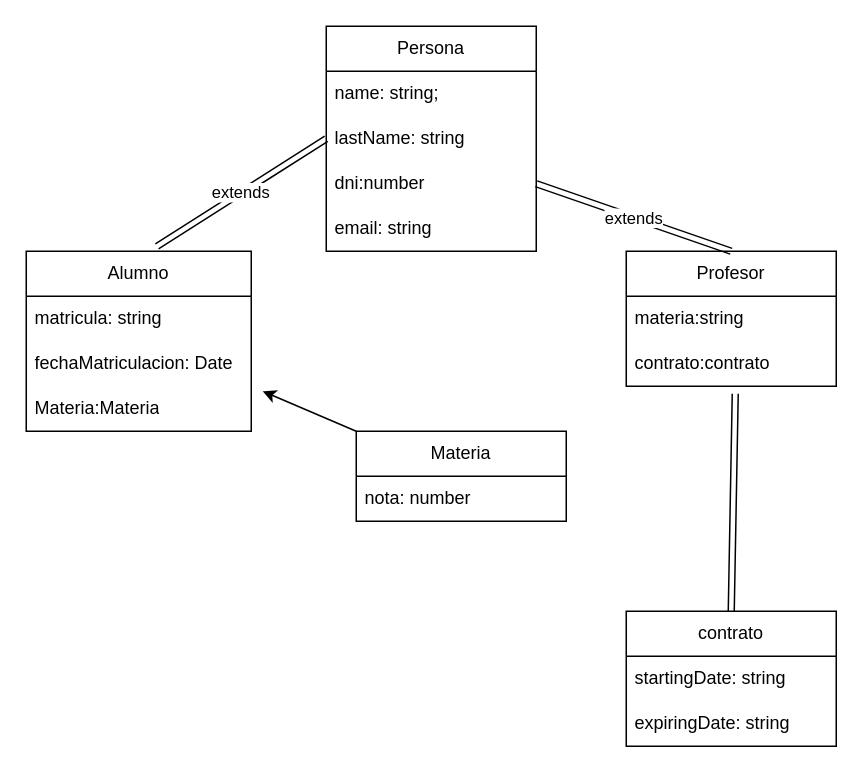
Earlier version of the draw.io diagram testIntegrador/Dibujo.dio (EnriqueKloosterman/trabajo-integrador-segundo-cuatrimestre-fullstack-cepit). Source tidied: cells renumbered, new cells numbered last; positions are measured from the earlier drawing's top-left corner, leaving out a move shared by most shapes. Both pictures are drawn from the tidied source at 150%, with x=0, y=0 at pixel (26, 26).
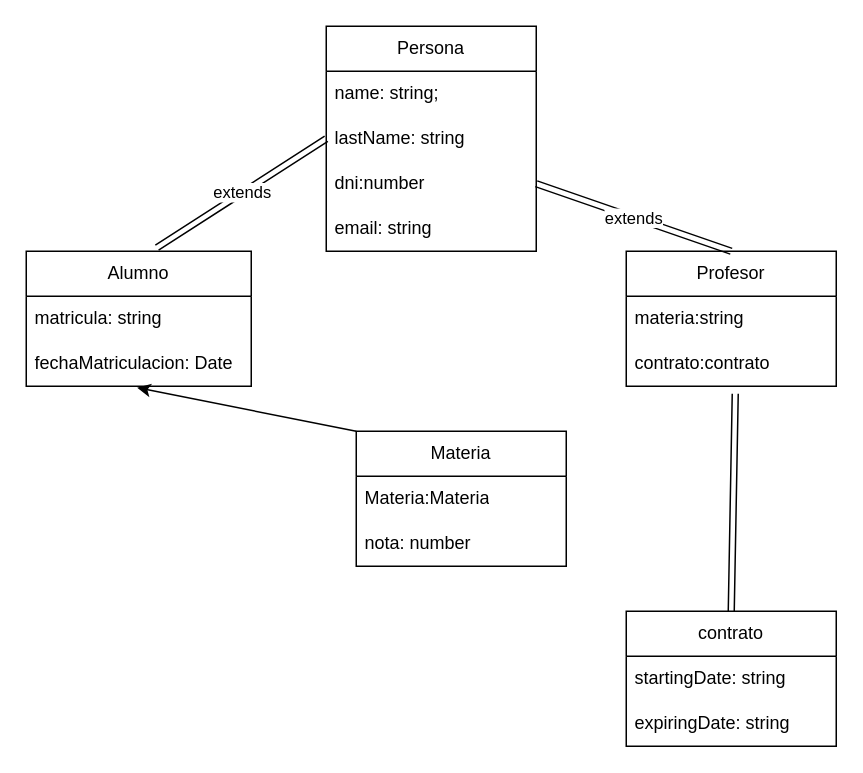
The same diagram, later.

Unchanged cells that the change refers to:
```xml
<mxCell id="15" value="fechaMatriculacion: Date" style="text;strokeColor=none;fillColor=none;align=left;verticalAlign=middle;spacingLeft=4;spacingRight=4;overflow=hidden;points=[[0,0.5],[1,0.5]];portConstraint=eastwest;whiteSpace=wrap;html=1;" parent="13" vertex="1">
  <mxGeometry y="60" width="150" height="30" as="geometry" />
</mxCell>
```

Diff of the diagram source:
```diff
@@
-    <mxCell id="7" style="edgeStyle=none;html=1;exitX=0;exitY=0;exitDx=0;exitDy=0;entryX=1.051;entryY=0.111;entryDx=0;entryDy=0;entryPerimeter=0;" parent="1" edge="1" source="8" target="16">
-      <mxGeometry relative="1" as="geometry" />
-    </mxCell>
     <mxCell id="8" value="Materia" style="swimlane;fontStyle=0;horizontal=1;startSize=30;whiteSpace=wrap;html=1;" parent="1" vertex="1">
-      <mxGeometry x="220" y="270" width="140" height="60" as="geometry" />
+      <mxGeometry x="220" y="270" width="140" height="90" as="geometry" />
     </mxCell>
+    <mxCell id="16" value="Materia:Materia" style="text;strokeColor=none;fillColor=none;align=left;verticalAlign=middle;spacingLeft=4;spacingRight=4;overflow=hidden;points=[[0,0.5],[1,0.5]];portConstraint=eastwest;whiteSpace=wrap;html=1;" parent="8" vertex="1">
+      <mxGeometry y="30" width="140" height="30" as="geometry" />
+    </mxCell>
     <mxCell id="9" value="nota: number" style="text;strokeColor=none;fillColor=none;align=left;verticalAlign=middle;spacingLeft=4;spacingRight=4;overflow=hidden;whiteSpace=wrap;html=1;" parent="8" vertex="1">
-      <mxGeometry y="30" width="140" height="30" as="geometry" />
+      <mxGeometry y="60" width="140" height="30" as="geometry" />
     </mxCell>
@@
     <mxCell id="13" value="Alumno" style="swimlane;fontStyle=0;horizontal=1;startSize=30;whiteSpace=wrap;html=1;" parent="1" vertex="1">
-      <mxGeometry y="150" width="150" height="120" as="geometry" />
+      <mxGeometry y="150" width="150" height="90" as="geometry" />
     </mxCell>
@@
-    <mxCell id="16" value="Materia:Materia" style="text;strokeColor=none;fillColor=none;align=left;verticalAlign=middle;spacingLeft=4;spacingRight=4;overflow=hidden;points=[[0,0.5],[1,0.5]];portConstraint=eastwest;whiteSpace=wrap;html=1;" parent="13" vertex="1">
-      <mxGeometry y="90" width="150" height="30" as="geometry" />
-    </mxCell>
@@
+    <mxCell id="7" style="edgeStyle=none;html=1;exitX=0;exitY=0;exitDx=0;exitDy=0;entryX=0.493;entryY=1.033;entryDx=0;entryDy=0;entryPerimeter=0;" parent="1" edge="1" source="8" target="15">
+      <mxGeometry relative="1" as="geometry" />
+    </mxCell>
```
